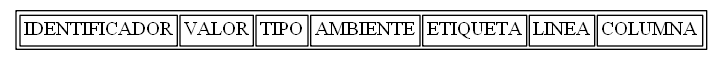
Earlier version of the Graphviz export tablasimbolos.png (AndreeAvalos/OLC2-AUGUS). Its source is kept beside it as tablasimbolos.dot.
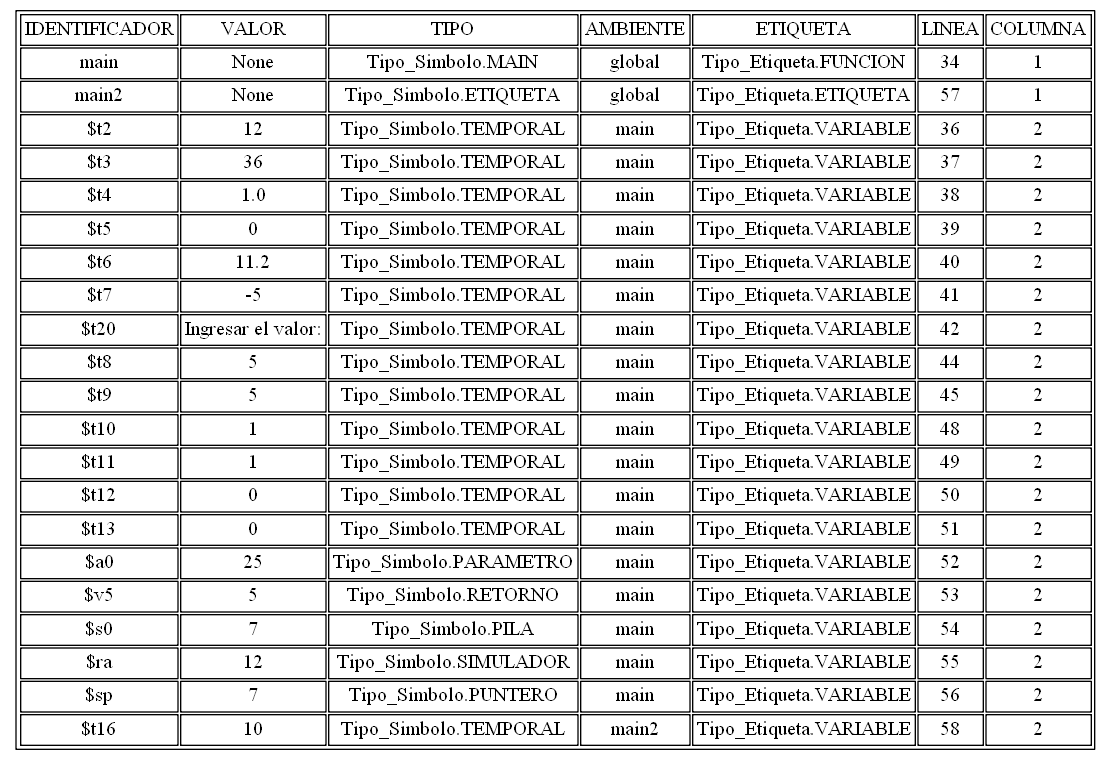
Above is the later version.

Change to the diagram source:
```diff
@@ -3,6 +3,27 @@
 graph [bb="0,0,352,154"];
 arset [label=<<TABLE ALIGN="LEFT">
 <TR><TD>IDENTIFICADOR</TD><TD>VALOR</TD><TD>TIPO</TD><TD>AMBIENTE</TD><TD>ETIQUETA</TD><TD>LINEA</TD><TD>COLUMNA</TD></TR>
+<TR><TD>main</TD><TD>None</TD><TD>Tipo_Simbolo.MAIN</TD><TD>global</TD><TD>Tipo_Etiqueta.FUNCION</TD><TD>34</TD><TD>1</TD></TR>
+<TR><TD>main2</TD><TD>None</TD><TD>Tipo_Simbolo.ETIQUETA</TD><TD>global</TD><TD>Tipo_Etiqueta.ETIQUETA</TD><TD>57</TD><TD>1</TD></TR>
+<TR><TD>$t2</TD><TD>12</TD><TD>Tipo_Simbolo.TEMPORAL</TD><TD>main</TD><TD>Tipo_Etiqueta.VARIABLE</TD><TD>36</TD><TD>2</TD></TR>
+<TR><TD>$t3</TD><TD>36</TD><TD>Tipo_Simbolo.TEMPORAL</TD><TD>main</TD><TD>Tipo_Etiqueta.VARIABLE</TD><TD>37</TD><TD>2</TD></TR>
+<TR><TD>$t4</TD><TD>1.0</TD><TD>Tipo_Simbolo.TEMPORAL</TD><TD>main</TD><TD>Tipo_Etiqueta.VARIABLE</TD><TD>38</TD><TD>2</TD></TR>
+<TR><TD>$t5</TD><TD>0</TD><TD>Tipo_Simbolo.TEMPORAL</TD><TD>main</TD><TD>Tipo_Etiqueta.VARIABLE</TD><TD>39</TD><TD>2</TD></TR>
+<TR><TD>$t6</TD><TD>11.2</TD><TD>Tipo_Simbolo.TEMPORAL</TD><TD>main</TD><TD>Tipo_Etiqueta.VARIABLE</TD><TD>40</TD><TD>2</TD></TR>
+<TR><TD>$t7</TD><TD>-5</TD><TD>Tipo_Simbolo.TEMPORAL</TD><TD>main</TD><TD>Tipo_Etiqueta.VARIABLE</TD><TD>41</TD><TD>2</TD></TR>
+<TR><TD>$t20</TD><TD>Ingresar el valor:</TD><TD>Tipo_Simbolo.TEMPORAL</TD><TD>main</TD><TD>Tipo_Etiqueta.VARIABLE</TD><TD>42</TD><TD>2</TD></TR>
+<TR><TD>$t8</TD><TD>5</TD><TD>Tipo_Simbolo.TEMPORAL</TD><TD>main</TD><TD>Tipo_Etiqueta.VARIABLE</TD><TD>44</TD><TD>2</TD></TR>
+<TR><TD>$t9</TD><TD>5</TD><TD>Tipo_Simbolo.TEMPORAL</TD><TD>main</TD><TD>Tipo_Etiqueta.VARIABLE</TD><TD>45</TD><TD>2</TD></TR>
+<TR><TD>$t10</TD><TD>1</TD><TD>Tipo_Simbolo.TEMPORAL</TD><TD>main</TD><TD>Tipo_Etiqueta.VARIABLE</TD><TD>48</TD><TD>2</TD></TR>
+<TR><TD>$t11</TD><TD>1</TD><TD>Tipo_Simbolo.TEMPORAL</TD><TD>main</TD><TD>Tipo_Etiqueta.VARIABLE</TD><TD>49</TD><TD>2</TD></TR>
+<TR><TD>$t12</TD><TD>0</TD><TD>Tipo_Simbolo.TEMPORAL</TD><TD>main</TD><TD>Tipo_Etiqueta.VARIABLE</TD><TD>50</TD><TD>2</TD></TR>
+<TR><TD>$t13</TD><TD>0</TD><TD>Tipo_Simbolo.TEMPORAL</TD><TD>main</TD><TD>Tipo_Etiqueta.VARIABLE</TD><TD>51</TD><TD>2</TD></TR>
+<TR><TD>$a0</TD><TD>25</TD><TD>Tipo_Simbolo.PARAMETRO</TD><TD>main</TD><TD>Tipo_Etiqueta.VARIABLE</TD><TD>52</TD><TD>2</TD></TR>
+<TR><TD>$v5</TD><TD>5</TD><TD>Tipo_Simbolo.RETORNO</TD><TD>main</TD><TD>Tipo_Etiqueta.VARIABLE</TD><TD>53</TD><TD>2</TD></TR>
+<TR><TD>$s0</TD><TD>7</TD><TD>Tipo_Simbolo.PILA</TD><TD>main</TD><TD>Tipo_Etiqueta.VARIABLE</TD><TD>54</TD><TD>2</TD></TR>
+<TR><TD>$ra</TD><TD>12</TD><TD>Tipo_Simbolo.SIMULADOR</TD><TD>main</TD><TD>Tipo_Etiqueta.VARIABLE</TD><TD>55</TD><TD>2</TD></TR>
+<TR><TD>$sp</TD><TD>7</TD><TD>Tipo_Simbolo.PUNTERO</TD><TD>main</TD><TD>Tipo_Etiqueta.VARIABLE</TD><TD>56</TD><TD>2</TD></TR>
+<TR><TD>$t16</TD><TD>10</TD><TD>Tipo_Simbolo.TEMPORAL</TD><TD>main2</TD><TD>Tipo_Etiqueta.VARIABLE</TD><TD>58</TD><TD>2</TD></TR>
 </TABLE>
 >, ];
 }
```
